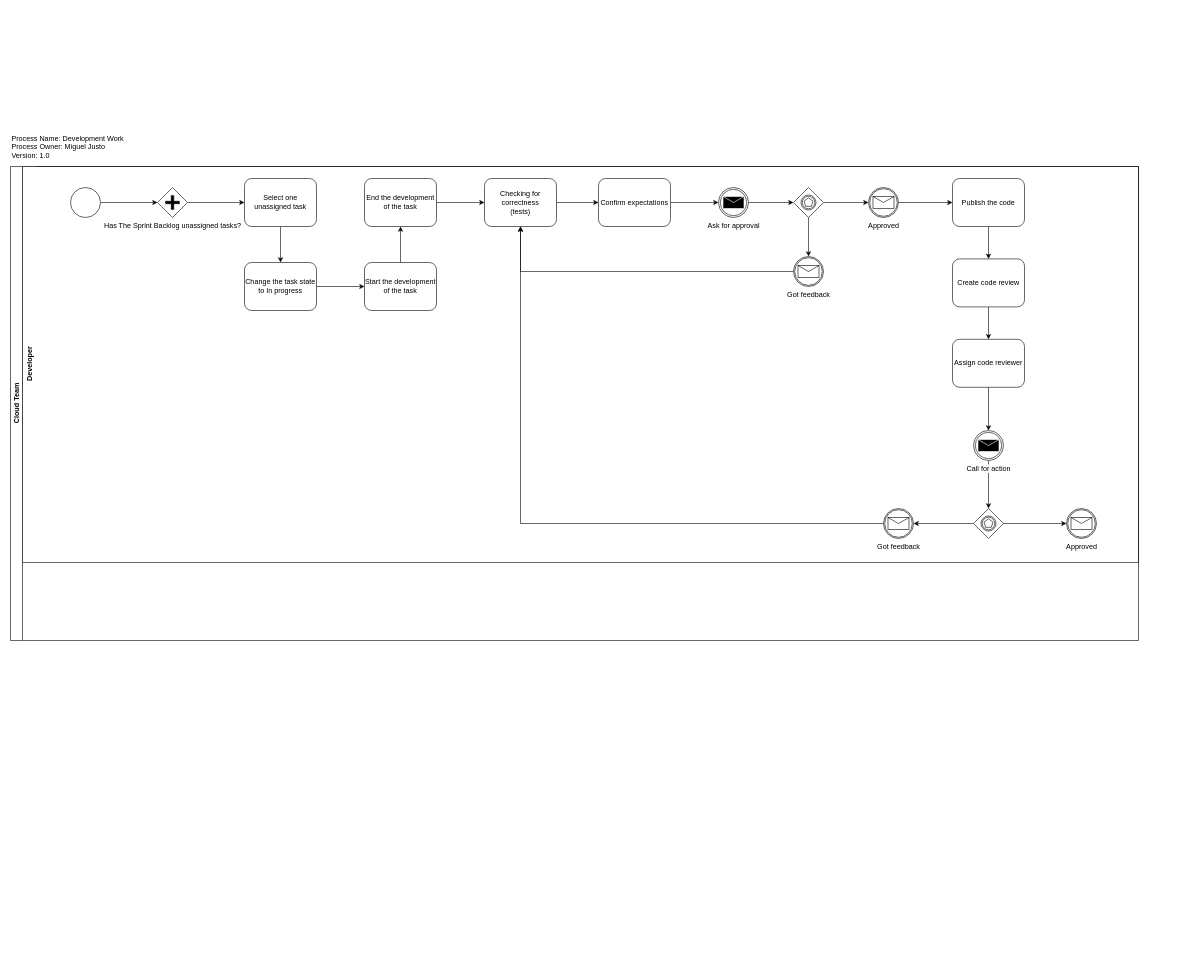
Before: combiq/DevelopmentWorkBPMN.drawio in m1guel/diagrams, a draw.io diagram. Source tidied: cells renumbered, new cells numbered last; positions are measured from the earlier drawing's top-left corner, leaving out a move shared by most shapes. Both pictures are drawn from the tidied source at 60%, with x=0, y=0 at pixel (10, 133).
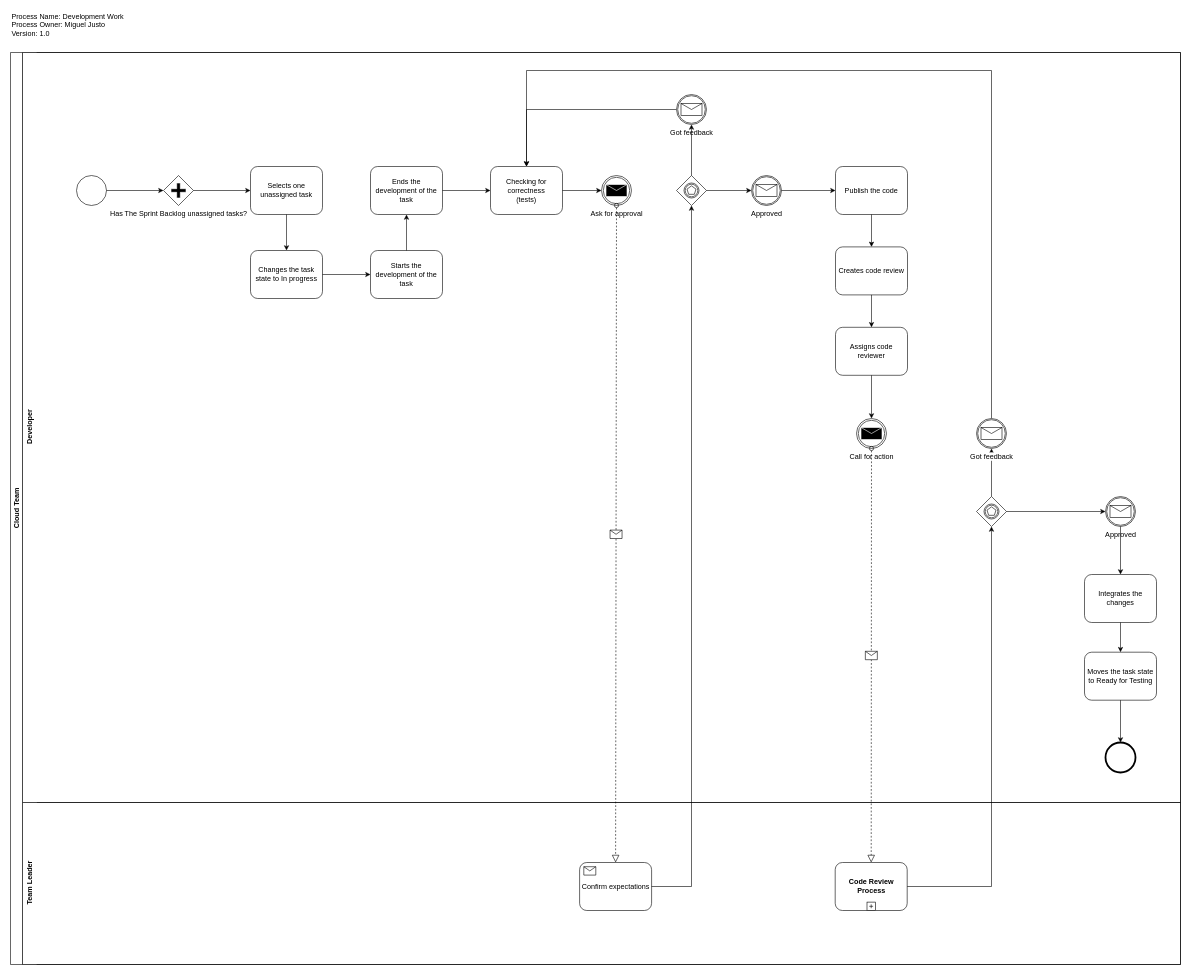
The same diagram, later.

What changed in the source:
```diff
@@
     <mxCell id="2" value="Cloud Team" style="swimlane;html=1;horizontal=0;startSize=20;" parent="1" vertex="1">
-      <mxGeometry y="56" width="1880" height="790" as="geometry" />
+      <mxGeometry y="-134" width="1950" height="1520" as="geometry" />
     </mxCell>
     <mxCell id="3" value="Developer" style="swimlane;html=1;horizontal=0;swimlaneLine=0;" parent="2" vertex="1">
-      <mxGeometry x="20" width="1860" height="660" as="geometry" />
+      <mxGeometry x="20" width="1930" height="1250" as="geometry" />
     </mxCell>
+    <mxCell id="5" style="shape=mxgraph.bpmn.shape;html=1;verticalLabelPosition=bottom;labelBackgroundColor=#ffffff;verticalAlign=top;align=center;perimeter=ellipsePerimeter;outlineConnect=0;outline=standard;symbol=general;" parent="3" vertex="1">
+      <mxGeometry x="90" y="205" width="50" height="50" as="geometry" />
+    </mxCell>
+    <mxCell id="7" value="Has The Sprint Backlog unassigned tasks?" style="shape=mxgraph.bpmn.shape;html=1;verticalLabelPosition=bottom;labelBackgroundColor=#ffffff;verticalAlign=top;align=center;perimeter=rhombusPerimeter;background=gateway;outlineConnect=0;outline=none;symbol=parallelGw;" parent="3" vertex="1">
+      <mxGeometry x="235" y="205" width="50" height="50" as="geometry" />
+    </mxCell>
@@
-    <mxCell id="5" style="shape=mxgraph.bpmn.shape;html=1;verticalLabelPosition=bottom;labelBackgroundColor=#ffffff;verticalAlign=top;align=center;perimeter=ellipsePerimeter;outlineConnect=0;outline=standard;symbol=general;" parent="3" vertex="1">
-      <mxGeometry x="80" y="35" width="50" height="50" as="geometry" />
-    </mxCell>
+    <mxCell id="9" value="Selects one unassigned task" style="shape=ext;rounded=1;html=1;whiteSpace=wrap;" parent="3" vertex="1">
+      <mxGeometry x="380" y="190" width="120" height="80" as="geometry" />
+    </mxCell>
@@
-    <mxCell id="7" value="Has The Sprint Backlog unassigned tasks?" style="shape=mxgraph.bpmn.shape;html=1;verticalLabelPosition=bottom;labelBackgroundColor=#ffffff;verticalAlign=top;align=center;perimeter=rhombusPerimeter;background=gateway;outlineConnect=0;outline=none;symbol=parallelGw;" parent="3" vertex="1">
-      <mxGeometry x="225" y="35" width="50" height="50" as="geometry" />
-    </mxCell>
+    <mxCell id="11" value="Changes the task state to In progress" style="shape=ext;rounded=1;html=1;whiteSpace=wrap;" parent="3" vertex="1">
+      <mxGeometry x="380" y="330" width="120" height="80" as="geometry" />
+    </mxCell>
@@
-    <mxCell id="9" value="Select one unassigned task" style="shape=ext;rounded=1;html=1;whiteSpace=wrap;" parent="3" vertex="1">
-      <mxGeometry x="370" y="20" width="120" height="80" as="geometry" />
-    </mxCell>
+    <mxCell id="13" value="Starts the development of the task" style="shape=ext;rounded=1;html=1;whiteSpace=wrap;" parent="3" vertex="1">
+      <mxGeometry x="580" y="330" width="120" height="80" as="geometry" />
+    </mxCell>
@@
-    <mxCell id="11" value="Change the task state to In progress" style="shape=ext;rounded=1;html=1;whiteSpace=wrap;" parent="3" vertex="1">
-      <mxGeometry x="370" y="160" width="120" height="80" as="geometry" />
-    </mxCell>
+    <mxCell id="15" value="Ends the development of the task" style="shape=ext;rounded=1;html=1;whiteSpace=wrap;" parent="3" vertex="1">
+      <mxGeometry x="580" y="190" width="120" height="80" as="geometry" />
+    </mxCell>
@@
-    <mxCell id="13" value="Start the development of the task" style="shape=ext;rounded=1;html=1;whiteSpace=wrap;" parent="3" vertex="1">
-      <mxGeometry x="570" y="160" width="120" height="80" as="geometry" />
-    </mxCell>
+    <mxCell id="17" value="Checking for correctness&lt;br&gt;(tests)&lt;br&gt;" style="shape=ext;rounded=1;html=1;whiteSpace=wrap;" parent="3" vertex="1">
+      <mxGeometry x="780" y="190" width="120" height="80" as="geometry" />
+    </mxCell>
@@
-    <mxCell id="15" value="End the development of the task" style="shape=ext;rounded=1;html=1;whiteSpace=wrap;" parent="3" vertex="1">
-      <mxGeometry x="570" y="20" width="120" height="80" as="geometry" />
-    </mxCell>
-    <mxCell id="16" style="edgeStyle=orthogonalEdgeStyle;rounded=0;jettySize=auto;html=1;exitX=1;exitY=0.5;exitDx=0;exitDy=0;entryX=0;entryY=0.5;entryDx=0;entryDy=0;" parent="3" edge="1" source="17" target="19">
-      <mxGeometry relative="1" as="geometry" />
-    </mxCell>
-    <mxCell id="17" value="Checking for correctness&lt;br&gt;(tests)&lt;br&gt;" style="shape=ext;rounded=1;html=1;whiteSpace=wrap;" parent="3" vertex="1">
-      <mxGeometry x="770" y="20" width="120" height="80" as="geometry" />
-    </mxCell>
-    <mxCell id="18" style="edgeStyle=orthogonalEdgeStyle;rounded=0;jettySize=auto;html=1;exitX=1;exitY=0.5;exitDx=0;exitDy=0;entryX=0;entryY=0.5;entryDx=0;entryDy=0;" parent="3" edge="1" source="19" target="21">
-      <mxGeometry relative="1" as="geometry" />
-    </mxCell>
-    <mxCell id="19" value="Confirm expectations" style="shape=ext;rounded=1;html=1;whiteSpace=wrap;" parent="3" vertex="1">
-      <mxGeometry x="960" y="20" width="120" height="80" as="geometry" />
-    </mxCell>
-    <mxCell id="20" style="edgeStyle=orthogonalEdgeStyle;rounded=0;jettySize=auto;html=1;exitX=1;exitY=0.5;exitDx=0;exitDy=0;entryX=0;entryY=0.5;entryDx=0;entryDy=0;" parent="3" edge="1" source="21" target="24">
-      <mxGeometry relative="1" as="geometry" />
-    </mxCell>
     <mxCell id="21" value="Ask for approval" style="shape=mxgraph.bpmn.shape;html=1;verticalLabelPosition=bottom;labelBackgroundColor=#ffffff;verticalAlign=top;align=center;perimeter=ellipsePerimeter;outlineConnect=0;outline=throwing;symbol=message;" parent="3" vertex="1">
-      <mxGeometry x="1160" y="35" width="50" height="50" as="geometry" />
+      <mxGeometry x="965" y="205" width="50" height="50" as="geometry" />
     </mxCell>
+    <mxCell id="44" style="edgeStyle=orthogonalEdgeStyle;rounded=0;jettySize=auto;html=1;exitX=1;exitY=0.5;exitDx=0;exitDy=0;entryX=0;entryY=0.5;entryDx=0;entryDy=0;" parent="3" edge="1" source="17" target="21">
+      <mxGeometry relative="1" as="geometry" />
+    </mxCell>
+    <mxCell id="24" style="shape=mxgraph.bpmn.shape;html=1;verticalLabelPosition=bottom;labelBackgroundColor=#ffffff;verticalAlign=top;align=center;perimeter=rhombusPerimeter;background=gateway;outlineConnect=0;outline=catching;symbol=multiple;" parent="3" vertex="1">
+      <mxGeometry x="1090" y="205" width="50" height="50" as="geometry" />
+    </mxCell>
+    <mxCell id="26" value="Approved" style="shape=mxgraph.bpmn.shape;html=1;verticalLabelPosition=bottom;labelBackgroundColor=#ffffff;verticalAlign=top;align=center;perimeter=ellipsePerimeter;outlineConnect=0;outline=boundInt;symbol=message;" parent="3" vertex="1">
+      <mxGeometry x="1215" y="205" width="50" height="50" as="geometry" />
+    </mxCell>
@@
-    <mxCell id="23" style="edgeStyle=orthogonalEdgeStyle;rounded=0;jettySize=auto;html=1;exitX=0.5;exitY=1;exitDx=0;exitDy=0;entryX=0.5;entryY=0;entryDx=0;entryDy=0;" parent="3" edge="1" source="24" target="28">
-      <mxGeometry relative="1" as="geometry" />
-    </mxCell>
-    <mxCell id="24" style="shape=mxgraph.bpmn.shape;html=1;verticalLabelPosition=bottom;labelBackgroundColor=#ffffff;verticalAlign=top;align=center;perimeter=rhombusPerimeter;background=gateway;outlineConnect=0;outline=catching;symbol=multiple;" parent="3" vertex="1">
-      <mxGeometry x="1285" y="35" width="50" height="50" as="geometry" />
-    </mxCell>
+    <mxCell id="30" value="Publish the code" style="shape=ext;rounded=1;html=1;whiteSpace=wrap;" parent="3" vertex="1">
+      <mxGeometry x="1355" y="190" width="120" height="80" as="geometry" />
+    </mxCell>
@@
-    <mxCell id="26" value="Approved" style="shape=mxgraph.bpmn.shape;html=1;verticalLabelPosition=bottom;labelBackgroundColor=#ffffff;verticalAlign=top;align=center;perimeter=ellipsePerimeter;outlineConnect=0;outline=boundInt;symbol=message;" parent="3" vertex="1">
-      <mxGeometry x="1410" y="35" width="50" height="50" as="geometry" />
-    </mxCell>
-    <mxCell id="27" style="edgeStyle=orthogonalEdgeStyle;rounded=0;jettySize=auto;html=1;exitX=0;exitY=0.5;exitDx=0;exitDy=0;entryX=0.5;entryY=1;entryDx=0;entryDy=0;" parent="3" edge="1" source="28" target="17">
-      <mxGeometry relative="1" as="geometry" />
-    </mxCell>
-    <mxCell id="28" value="Got feedback" style="shape=mxgraph.bpmn.shape;html=1;verticalLabelPosition=bottom;labelBackgroundColor=#ffffff;verticalAlign=top;align=center;perimeter=ellipsePerimeter;outlineConnect=0;outline=boundInt;symbol=message;" parent="3" vertex="1">
-      <mxGeometry x="1285" y="150" width="50" height="50" as="geometry" />
-    </mxCell>
+    <mxCell id="32" value="Creates code review" style="shape=ext;rounded=1;html=1;whiteSpace=wrap;" parent="3" vertex="1">
+      <mxGeometry x="1355" y="324" width="120" height="80" as="geometry" />
+    </mxCell>
@@
-    <mxCell id="30" value="Publish the code" style="shape=ext;rounded=1;html=1;whiteSpace=wrap;" parent="3" vertex="1">
-      <mxGeometry x="1550" y="20" width="120" height="80" as="geometry" />
-    </mxCell>
+    <mxCell id="34" value="Assigns code reviewer" style="shape=ext;rounded=1;html=1;whiteSpace=wrap;" parent="3" vertex="1">
+      <mxGeometry x="1355" y="458" width="120" height="80" as="geometry" />
+    </mxCell>
@@
-    <mxCell id="32" value="Create code review" style="shape=ext;rounded=1;html=1;whiteSpace=wrap;" parent="3" vertex="1">
-      <mxGeometry x="1550" y="154" width="120" height="80" as="geometry" />
-    </mxCell>
+    <mxCell id="36" value="Call for action" style="shape=mxgraph.bpmn.shape;html=1;verticalLabelPosition=bottom;labelBackgroundColor=#ffffff;verticalAlign=top;align=center;perimeter=ellipsePerimeter;outlineConnect=0;outline=throwing;symbol=message;" parent="3" vertex="1">
+      <mxGeometry x="1390" y="610" width="50" height="50" as="geometry" />
+    </mxCell>
@@
-    <mxCell id="34" value="Assign code reviewer" style="shape=ext;rounded=1;html=1;whiteSpace=wrap;" parent="3" vertex="1">
-      <mxGeometry x="1550" y="288" width="120" height="80" as="geometry" />
-    </mxCell>
-    <mxCell id="35" style="edgeStyle=orthogonalEdgeStyle;rounded=0;jettySize=auto;html=1;exitX=0.5;exitY=1;exitDx=0;exitDy=0;" parent="3" edge="1" source="36" target="39">
-      <mxGeometry relative="1" as="geometry" />
-    </mxCell>
-    <mxCell id="36" value="Call for action" style="shape=mxgraph.bpmn.shape;html=1;verticalLabelPosition=bottom;labelBackgroundColor=#ffffff;verticalAlign=top;align=center;perimeter=ellipsePerimeter;outlineConnect=0;outline=throwing;symbol=message;" parent="3" vertex="1">
-      <mxGeometry x="1585" y="440" width="50" height="50" as="geometry" />
-    </mxCell>
-    <mxCell id="37" style="edgeStyle=orthogonalEdgeStyle;rounded=0;jettySize=auto;html=1;exitX=0;exitY=0.5;exitDx=0;exitDy=0;entryX=1;entryY=0.5;entryDx=0;entryDy=0;" parent="3" edge="1" source="39" target="41">
+    <mxCell id="37" style="edgeStyle=orthogonalEdgeStyle;rounded=0;jettySize=auto;html=1;exitX=0.5;exitY=0;exitDx=0;exitDy=0;entryX=0.5;entryY=1;entryDx=0;entryDy=0;" parent="3" edge="1" source="39" target="41">
       <mxGeometry relative="1" as="geometry" />
     </mxCell>
-    <mxCell id="38" style="edgeStyle=orthogonalEdgeStyle;rounded=0;jettySize=auto;html=1;exitX=1;exitY=0.5;exitDx=0;exitDy=0;" parent="3" edge="1" source="39" target="42">
-      <mxGeometry relative="1" as="geometry" />
-    </mxCell>
     <mxCell id="39" style="shape=mxgraph.bpmn.shape;html=1;verticalLabelPosition=bottom;labelBackgroundColor=#ffffff;verticalAlign=top;align=center;perimeter=rhombusPerimeter;background=gateway;outlineConnect=0;outline=boundInt;symbol=multiple;" parent="3" vertex="1">
-      <mxGeometry x="1585" y="570" width="50" height="50" as="geometry" />
+      <mxGeometry x="1590" y="740" width="50" height="50" as="geometry" />
     </mxCell>
-    <mxCell id="40" style="edgeStyle=orthogonalEdgeStyle;rounded=0;jettySize=auto;html=1;exitX=0;exitY=0.5;exitDx=0;exitDy=0;entryX=0.5;entryY=1;entryDx=0;entryDy=0;" parent="3" edge="1" source="41" target="17">
-      <mxGeometry relative="1" as="geometry" />
+    <mxCell id="40" style="edgeStyle=orthogonalEdgeStyle;rounded=0;jettySize=auto;html=1;exitX=0.5;exitY=0;exitDx=0;exitDy=0;entryX=0.5;entryY=0;entryDx=0;entryDy=0;" parent="3" edge="1" source="41" target="17">
+      <mxGeometry relative="1" as="geometry">
+        <Array as="points">
+          <mxPoint x="1615" y="30" />
+          <mxPoint x="840" y="30" />
+        </Array>
+      </mxGeometry>
     </mxCell>
     <mxCell id="41" value="Got feedback" style="shape=mxgraph.bpmn.shape;html=1;verticalLabelPosition=bottom;labelBackgroundColor=#ffffff;verticalAlign=top;align=center;perimeter=ellipsePerimeter;outlineConnect=0;outline=boundInt;symbol=message;" parent="3" vertex="1">
-      <mxGeometry x="1435" y="570" width="50" height="50" as="geometry" />
+      <mxGeometry x="1590" y="610" width="50" height="50" as="geometry" />
     </mxCell>
     <mxCell id="42" value="Approved" style="shape=mxgraph.bpmn.shape;html=1;verticalLabelPosition=bottom;labelBackgroundColor=#ffffff;verticalAlign=top;align=center;perimeter=ellipsePerimeter;outlineConnect=0;outline=boundInt;symbol=message;" parent="3" vertex="1">
-      <mxGeometry x="1740" y="570" width="50" height="50" as="geometry" />
+      <mxGeometry x="1805" y="740" width="50" height="50" as="geometry" />
     </mxCell>
+    <mxCell id="38" style="edgeStyle=orthogonalEdgeStyle;rounded=0;jettySize=auto;html=1;exitX=1;exitY=0.5;exitDx=0;exitDy=0;" parent="3" edge="1" source="39" target="42">
+      <mxGeometry relative="1" as="geometry" />
+    </mxCell>
+    <mxCell id="45" value="Integrates the changes" style="shape=ext;rounded=1;html=1;whiteSpace=wrap;" parent="3" vertex="1">
+      <mxGeometry x="1770" y="870" width="120" height="80" as="geometry" />
+    </mxCell>
+    <mxCell id="46" style="edgeStyle=orthogonalEdgeStyle;rounded=0;jettySize=auto;html=1;exitX=0.5;exitY=1;exitDx=0;exitDy=0;" parent="3" edge="1" source="42" target="45">
+      <mxGeometry relative="1" as="geometry" />
+    </mxCell>
+    <mxCell id="47" value="Moves the task state to Ready for Testing" style="shape=ext;rounded=1;html=1;whiteSpace=wrap;" parent="3" vertex="1">
+      <mxGeometry x="1770" y="999.5" width="120" height="80" as="geometry" />
+    </mxCell>
+    <mxCell id="48" style="edgeStyle=orthogonalEdgeStyle;rounded=0;jettySize=auto;html=1;exitX=0.5;exitY=1;exitDx=0;exitDy=0;entryX=0.5;entryY=0;entryDx=0;entryDy=0;" parent="3" edge="1" source="45" target="47">
+      <mxGeometry relative="1" as="geometry" />
+    </mxCell>
+    <mxCell id="49" style="shape=mxgraph.bpmn.shape;html=1;verticalLabelPosition=bottom;labelBackgroundColor=#ffffff;verticalAlign=top;align=center;perimeter=ellipsePerimeter;outlineConnect=0;outline=end;symbol=general;" parent="3" vertex="1">
+      <mxGeometry x="1805" y="1150" width="50" height="50" as="geometry" />
+    </mxCell>
+    <mxCell id="50" style="edgeStyle=orthogonalEdgeStyle;rounded=0;jettySize=auto;html=1;exitX=0.5;exitY=1;exitDx=0;exitDy=0;entryX=0.5;entryY=0;entryDx=0;entryDy=0;" parent="3" edge="1" source="47" target="49">
+      <mxGeometry relative="1" as="geometry" />
+    </mxCell>
+    <mxCell id="27" style="edgeStyle=orthogonalEdgeStyle;rounded=0;jettySize=auto;html=1;exitX=0;exitY=0.5;exitDx=0;exitDy=0;" parent="3" edge="1" source="28" target="17">
+      <mxGeometry relative="1" as="geometry" />
+    </mxCell>
+    <mxCell id="28" value="Got feedback" style="shape=mxgraph.bpmn.shape;html=1;verticalLabelPosition=bottom;labelBackgroundColor=#ffffff;verticalAlign=top;align=center;perimeter=ellipsePerimeter;outlineConnect=0;outline=boundInt;symbol=message;" parent="3" vertex="1">
+      <mxGeometry x="1090" y="70" width="50" height="50" as="geometry" />
+    </mxCell>
+    <mxCell id="23" style="edgeStyle=orthogonalEdgeStyle;rounded=0;jettySize=auto;html=1;exitX=0.5;exitY=0;exitDx=0;exitDy=0;" parent="3" edge="1" source="24" target="28">
+      <mxGeometry relative="1" as="geometry" />
+    </mxCell>
+    <mxCell id="51" value="Team Leader" style="swimlane;html=1;horizontal=0;swimlaneLine=0;" parent="2" vertex="1">
+      <mxGeometry x="20" y="1250" width="1930" height="270" as="geometry" />
+    </mxCell>
+    <mxCell id="19" value="Confirm expectations" style="html=1;whiteSpace=wrap;rounded=1;" parent="51" vertex="1">
+      <mxGeometry x="928.5" y="100" width="120" height="80" as="geometry" />
+    </mxCell>
+    <mxCell id="52" style="html=1;shape=message;" parent="19" vertex="1">
+      <mxGeometry width="20" height="14" relative="1" as="geometry">
+        <mxPoint x="7" y="7" as="offset" />
+      </mxGeometry>
+    </mxCell>
+    <mxCell id="53" value="Code Review Process" style="html=1;whiteSpace=wrap;rounded=1;fontStyle=1;" parent="51" vertex="1">
+      <mxGeometry x="1354.5" y="100" width="120" height="80" as="geometry" />
+    </mxCell>
+    <mxCell id="54" style="html=1;shape=plus;" parent="53" vertex="1">
+      <mxGeometry x="0.5" y="1" width="14" height="14" relative="1" as="geometry">
+        <mxPoint x="-7" y="-14" as="offset" />
+      </mxGeometry>
+    </mxCell>
+    <mxCell id="55" style="startArrow=oval;startFill=0;startSize=7;endArrow=block;endFill=0;endSize=10;dashed=1;html=1;exitX=0.5;exitY=1;exitDx=0;exitDy=0;entryX=0.5;entryY=0;entryDx=0;entryDy=0;" parent="2" edge="1" source="21" target="19">
+      <mxGeometry relative="1" as="geometry" />
+    </mxCell>
+    <mxCell id="56" style="shape=message;html=1;" parent="55" vertex="1">
+      <mxGeometry width="20" height="14" relative="1" as="geometry">
+        <mxPoint x="-10" y="-7" as="offset" />
+      </mxGeometry>
+    </mxCell>
+    <mxCell id="57" style="edgeStyle=orthogonalEdgeStyle;rounded=0;jettySize=auto;html=1;exitX=1;exitY=0.5;exitDx=0;exitDy=0;entryX=0.5;entryY=1;entryDx=0;entryDy=0;" parent="2" edge="1" source="19" target="24">
+      <mxGeometry relative="1" as="geometry" />
+    </mxCell>
+    <mxCell id="58" style="startArrow=oval;startFill=0;startSize=7;endArrow=block;endFill=0;endSize=10;dashed=1;html=1;exitX=0.5;exitY=1;exitDx=0;exitDy=0;entryX=0.5;entryY=0;entryDx=0;entryDy=0;" parent="2" edge="1" source="36" target="53">
+      <mxGeometry relative="1" as="geometry" />
+    </mxCell>
+    <mxCell id="59" style="shape=message;html=1;" parent="58" vertex="1">
+      <mxGeometry width="20" height="14" relative="1" as="geometry">
+        <mxPoint x="-10" y="-7" as="offset" />
+      </mxGeometry>
+    </mxCell>
+    <mxCell id="60" style="edgeStyle=orthogonalEdgeStyle;rounded=0;jettySize=auto;html=1;exitX=1;exitY=0.5;exitDx=0;exitDy=0;entryX=0.5;entryY=1;entryDx=0;entryDy=0;" parent="2" edge="1" source="53" target="39">
+      <mxGeometry relative="1" as="geometry" />
+    </mxCell>
     <mxCell id="43" value="Process Name: Development Work&lt;br&gt;Process Owner: Miguel Justo&lt;br&gt;Version: 1.0&lt;br&gt;" style="text;html=1;align=left;verticalAlign=top;spacingTop=-4;" parent="1" vertex="1">
-      <mxGeometry width="200" height="40" as="geometry" />
+      <mxGeometry y="-204" width="200" height="40" as="geometry" />
     </mxCell>
```
